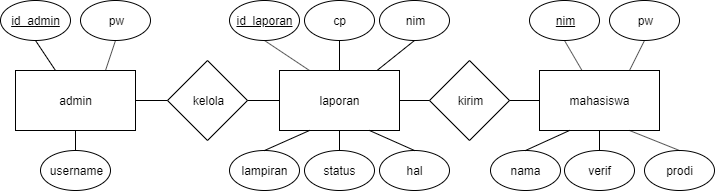
angelicakirana/IF3111-1920 keeps this draw.io diagram as database/ERD.png. Above is the earlier version. Source tidied: cells renumbered, new cells last; positions are measured from the earlier drawing's top-left corner, leaving out a move shared by most shapes.
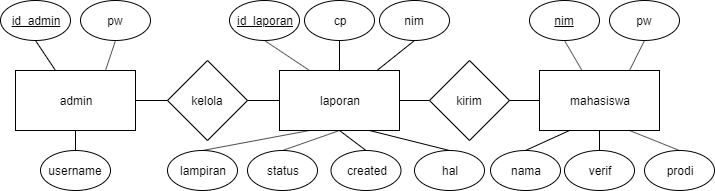
Above is the later version.

Diff of the diagram source:
```diff
@@ -27,10 +27,10 @@
       <mxGeometry x="229" width="70" height="40" as="geometry" />
     </mxCell>
     <mxCell id="10" value="lampiran" style="ellipse;whiteSpace=wrap;html=1;" parent="1" vertex="1">
-      <mxGeometry x="229" y="150" width="70" height="40" as="geometry" />
+      <mxGeometry x="167" y="150" width="70" height="40" as="geometry" />
     </mxCell>
     <mxCell id="11" value="hal" style="ellipse;whiteSpace=wrap;html=1;" parent="1" vertex="1">
-      <mxGeometry x="379" y="150" width="70" height="40" as="geometry" />
+      <mxGeometry x="414" y="150" width="70" height="40" as="geometry" />
     </mxCell>
     <mxCell id="12" value="id_admin" style="ellipse;whiteSpace=wrap;html=1;fontStyle=4;" parent="1" vertex="1">
       <mxGeometry width="70" height="40" as="geometry" />
@@ -102,7 +102,7 @@
       <mxGeometry relative="1" as="geometry" />
     </mxCell>
     <mxCell id="35" value="status" style="ellipse;whiteSpace=wrap;html=1;" parent="1" vertex="1">
-      <mxGeometry x="304" y="150" width="70" height="40" as="geometry" />
+      <mxGeometry x="247" y="150" width="70" height="40" as="geometry" />
     </mxCell>
     <mxCell id="36" style="endArrow=none;html=1;entryX=0.5;entryY=1;entryDx=0;entryDy=0;exitX=0.5;exitY=0;exitDx=0;exitDy=0;" parent="1" edge="1" source="35" target="3">
       <mxGeometry relative="1" as="geometry" />
@@ -113,5 +113,11 @@
     <mxCell id="38" style="endArrow=none;html=1;entryX=0.5;entryY=1;entryDx=0;entryDy=0;exitX=0.5;exitY=0;exitDx=0;exitDy=0;" parent="1" edge="1" source="37" target="4">
       <mxGeometry relative="1" as="geometry" />
     </mxCell>
+    <mxCell id="39" value="created" style="ellipse;whiteSpace=wrap;html=1;" parent="1" vertex="1">
+      <mxGeometry x="330.5" y="150" width="70" height="40" as="geometry" />
+    </mxCell>
+    <mxCell id="40" style="endArrow=none;html=1;entryX=0.5;entryY=1;entryDx=0;entryDy=0;exitX=0.5;exitY=0;exitDx=0;exitDy=0;" parent="1" edge="1" source="39" target="3">
+      <mxGeometry relative="1" as="geometry" />
+    </mxCell>
   </root>
 </mxGraphModel>
```
